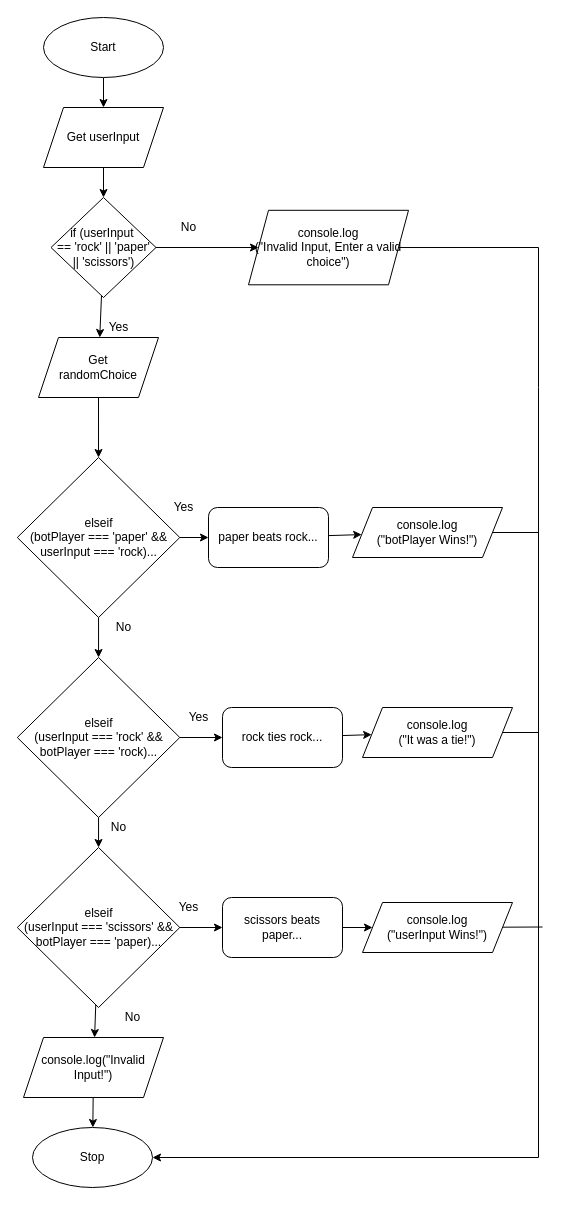
This is Drawio/Flowchart.drawio from JacksonNaufal/ics4u-assignment-2-ERROR--typescript, a draw.io file, before an edit. Source tidied: cells renumbered, new cells numbered last; positions are measured from the earlier drawing's top-left corner, leaving out a move shared by most shapes. Both pictures are drawn from the tidied source at 100%, with x=0, y=0 at pixel (17, 17).
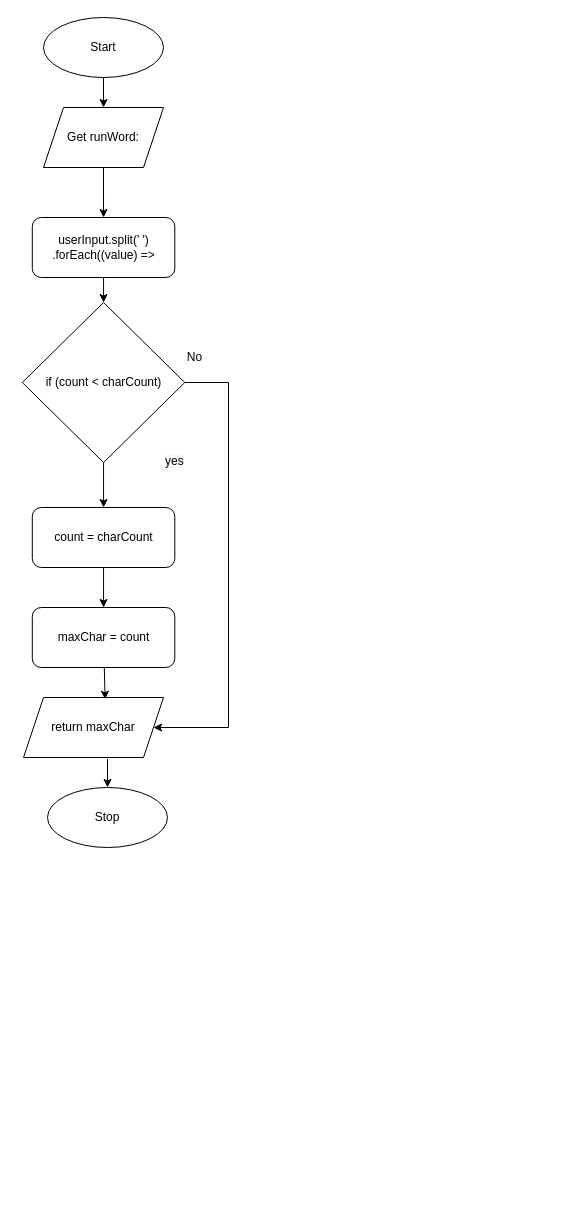
The same diagram, later.

Change to the diagram source:
```diff
@@
     <mxCell id="4" value="Stop" style="ellipse;whiteSpace=wrap;html=1;" parent="1" vertex="1">
-      <mxGeometry x="15" y="1110" width="120" height="60" as="geometry" />
+      <mxGeometry x="30" y="770" width="120" height="60" as="geometry" />
     </mxCell>
-    <mxCell id="5" style="edgeStyle=none;html=1;" parent="1" edge="1" source="6" target="14">
-      <mxGeometry relative="1" as="geometry" />
-    </mxCell>
+    <mxCell id="45" style="edgeStyle=none;html=1;" parent="1" edge="1" source="6" target="44">
+      <mxGeometry relative="1" as="geometry" />
+    </mxCell>
-    <mxCell id="6" value="Get userInput" style="shape=parallelogram;perimeter=parallelogramPerimeter;whiteSpace=wrap;html=1;fixedSize=1;" parent="1" vertex="1">
+    <mxCell id="6" value="Get runWord:" style="shape=parallelogram;perimeter=parallelogramPerimeter;whiteSpace=wrap;html=1;fixedSize=1;" parent="1" vertex="1">
       <mxGeometry x="26" y="90" width="120" height="60" as="geometry" />
     </mxCell>
-    <mxCell id="7" style="edgeStyle=none;rounded=0;html=1;fontSize=10;endArrow=none;endFill=0;" parent="1" edge="1" source="8">
-      <mxGeometry relative="1" as="geometry">
-        <mxPoint x="521" y="515" as="targetPoint" />
-      </mxGeometry>
-    </mxCell>
-    <mxCell id="8" value="console.log&lt;br&gt;(&quot;botPlayer Wins!&quot;)" style="shape=parallelogram;perimeter=parallelogramPerimeter;whiteSpace=wrap;html=1;fixedSize=1;" parent="1" vertex="1">
-      <mxGeometry x="335" y="490" width="150" height="50" as="geometry" />
-    </mxCell>
-    <mxCell id="9" style="edgeStyle=none;html=1;" parent="1" edge="1" source="10" target="4">
+    <mxCell id="9" style="edgeStyle=none;html=1;exitX=0.6;exitY=1.028;exitDx=0;exitDy=0;exitPerimeter=0;" parent="1" edge="1" source="10" target="4">
       <mxGeometry relative="1" as="geometry" />
     </mxCell>
-    <mxCell id="10" value="console.log(&quot;Invalid Input!&quot;)" style="shape=parallelogram;perimeter=parallelogramPerimeter;whiteSpace=wrap;html=1;fixedSize=1;" parent="1" vertex="1">
-      <mxGeometry x="6" y="1020" width="140" height="60" as="geometry" />
+    <mxCell id="10" value="return maxChar" style="shape=parallelogram;perimeter=parallelogramPerimeter;whiteSpace=wrap;html=1;fixedSize=1;" parent="1" vertex="1">
+      <mxGeometry x="6" y="680" width="140" height="60" as="geometry" />
     </mxCell>
-    <mxCell id="11" style="edgeStyle=none;html=1;startArrow=none;" parent="1" edge="1" source="43" target="18">
-      <mxGeometry relative="1" as="geometry" />
-    </mxCell>
-    <mxCell id="12" style="edgeStyle=none;rounded=0;html=1;fontSize=10;" parent="1" edge="1" source="14" target="27">
-      <mxGeometry relative="1" as="geometry" />
-    </mxCell>
-    <mxCell id="13" style="edgeStyle=none;html=1;" parent="1" edge="1" source="14" target="43">
-      <mxGeometry relative="1" as="geometry" />
-    </mxCell>
-    <mxCell id="14" value="if (userInput&amp;nbsp; &lt;br&gt;== 'rock' || 'paper'&lt;br&gt;|| 'scissors')" style="rhombus;whiteSpace=wrap;html=1;" parent="1" vertex="1">
-      <mxGeometry x="33.5" y="180" width="105" height="100" as="geometry" />
-    </mxCell>
-    <mxCell id="15" style="edgeStyle=none;rounded=0;html=1;fontSize=10;endArrow=classic;endFill=1;" parent="1" edge="1" target="33">
-      <mxGeometry relative="1" as="geometry">
-        <mxPoint x="140" y="910" as="sourcePoint" />
-      </mxGeometry>
-    </mxCell>
-    <mxCell id="16" style="edgeStyle=none;rounded=0;html=1;fontSize=10;endArrow=classic;endFill=1;" parent="1" edge="1" source="18" target="29">
-      <mxGeometry relative="1" as="geometry" />
-    </mxCell>
-    <mxCell id="17" style="edgeStyle=none;html=1;" parent="1" edge="1" source="18" target="39">
-      <mxGeometry relative="1" as="geometry" />
-    </mxCell>
-    <mxCell id="18" value="elseif&lt;br&gt;(botPlayer === 'paper' &amp;amp;&amp;amp; userInput === 'rock)..." style="rhombus;whiteSpace=wrap;html=1;" parent="1" vertex="1">
-      <mxGeometry x="-0.2" y="440" width="162.5" height="160" as="geometry" />
-    </mxCell>
-    <mxCell id="19" value="&lt;font style=&quot;font-size: 12px&quot;&gt;Yes&lt;/font&gt;" style="text;html=1;align=center;verticalAlign=middle;strokeColor=none;fillColor=none;fontSize=10;" parent="1" vertex="1">
-      <mxGeometry x="146" y="480" width="40" height="20" as="geometry" />
-    </mxCell>
-    <mxCell id="20" value="&lt;font style=&quot;font-size: 12px&quot;&gt;Yes&lt;/font&gt;" style="text;html=1;align=center;verticalAlign=middle;strokeColor=none;fillColor=none;fontSize=10;" parent="1" vertex="1">
-      <mxGeometry x="151" y="880" width="40" height="20" as="geometry" />
-    </mxCell>
     <mxCell id="21" value="&lt;font style=&quot;font-size: 12px&quot;&gt;No&lt;/font&gt;" style="text;html=1;align=center;verticalAlign=middle;strokeColor=none;fillColor=none;fontSize=10;" parent="1" vertex="1">
-      <mxGeometry x="91" y="600" width="30" height="20" as="geometry" />
+      <mxGeometry x="162.2" y="330" width="30" height="20" as="geometry" />
     </mxCell>
-    <mxCell id="22" value="&lt;font style=&quot;font-size: 12px&quot;&gt;No&lt;/font&gt;" style="text;html=1;align=center;verticalAlign=middle;strokeColor=none;fillColor=none;fontSize=10;" parent="1" vertex="1">
-      <mxGeometry x="86" y="800" width="30" height="20" as="geometry" />
-    </mxCell>
-    <mxCell id="23" value="&lt;font style=&quot;font-size: 12px&quot;&gt;No&lt;/font&gt;" style="text;html=1;align=center;verticalAlign=middle;strokeColor=none;fillColor=none;fontSize=10;" parent="1" vertex="1">
-      <mxGeometry x="100" y="990" width="30" height="20" as="geometry" />
-    </mxCell>
-    <mxCell id="24" style="edgeStyle=none;rounded=0;html=1;fontSize=10;endArrow=none;endFill=0;" parent="1" edge="1" source="25">
-      <mxGeometry relative="1" as="geometry">
-        <mxPoint x="521" y="715" as="targetPoint" />
-      </mxGeometry>
-    </mxCell>
-    <mxCell id="25" value="console.log&lt;br&gt;(&quot;It was a tie!&quot;)" style="shape=parallelogram;perimeter=parallelogramPerimeter;whiteSpace=wrap;html=1;fixedSize=1;" parent="1" vertex="1">
-      <mxGeometry x="345" y="690" width="150" height="50" as="geometry" />
-    </mxCell>
-    <mxCell id="26" style="edgeStyle=none;rounded=0;html=1;entryX=1;entryY=0.5;entryDx=0;entryDy=0;fontSize=10;" parent="1" edge="1" source="27" target="4">
-      <mxGeometry relative="1" as="geometry">
-        <Array as="points">
-          <mxPoint x="521" y="230" />
-          <mxPoint x="521" y="370" />
-          <mxPoint x="521" y="1140" />
-        </Array>
-      </mxGeometry>
-    </mxCell>
-    <mxCell id="27" value="console.log&lt;br&gt;(&quot;Invalid Input, Enter a valid choice&quot;)" style="shape=parallelogram;perimeter=parallelogramPerimeter;whiteSpace=wrap;html=1;fixedSize=1;" parent="1" vertex="1">
-      <mxGeometry x="231" y="192.8" width="160" height="74.5" as="geometry" />
-    </mxCell>
-    <mxCell id="28" style="edgeStyle=none;rounded=0;html=1;fontSize=10;endArrow=classic;endFill=1;" parent="1" edge="1" source="29" target="8">
-      <mxGeometry relative="1" as="geometry" />
-    </mxCell>
-    <mxCell id="29" value="paper beats rock..." style="rounded=1;whiteSpace=wrap;html=1;" parent="1" vertex="1">
-      <mxGeometry x="191" y="490" width="120" height="60" as="geometry" />
-    </mxCell>
-    <mxCell id="30" style="edgeStyle=none;rounded=0;html=1;fontSize=10;endArrow=classic;endFill=1;" parent="1" edge="1" source="31" target="25">
-      <mxGeometry relative="1" as="geometry" />
-    </mxCell>
-    <mxCell id="31" value="rock ties rock..." style="rounded=1;whiteSpace=wrap;html=1;" parent="1" vertex="1">
-      <mxGeometry x="205" y="690" width="120" height="60" as="geometry" />
-    </mxCell>
-    <mxCell id="32" style="edgeStyle=none;rounded=0;html=1;fontSize=10;endArrow=classic;endFill=1;" parent="1" edge="1" source="33" target="35">
-      <mxGeometry relative="1" as="geometry" />
-    </mxCell>
-    <mxCell id="33" value="scissors beats paper..." style="rounded=1;whiteSpace=wrap;html=1;" parent="1" vertex="1">
-      <mxGeometry x="205" y="880" width="120" height="60" as="geometry" />
-    </mxCell>
-    <mxCell id="34" style="edgeStyle=none;rounded=0;html=1;fontSize=10;endArrow=none;endFill=0;" parent="1" edge="1" source="35">
-      <mxGeometry relative="1" as="geometry">
-        <mxPoint x="525" y="909.5" as="targetPoint" />
-      </mxGeometry>
-    </mxCell>
-    <mxCell id="35" value="console.log&lt;br&gt;(&quot;userInput Wins!&quot;)" style="shape=parallelogram;perimeter=parallelogramPerimeter;whiteSpace=wrap;html=1;fixedSize=1;" parent="1" vertex="1">
-      <mxGeometry x="345" y="885" width="150" height="50" as="geometry" />
-    </mxCell>
-    <mxCell id="36" value="&lt;span style=&quot;font-size: 12px&quot;&gt;No&lt;/span&gt;" style="text;html=1;align=center;verticalAlign=middle;strokeColor=none;fillColor=none;fontSize=10;" parent="1" vertex="1">
-      <mxGeometry x="156" y="200" width="30" height="20" as="geometry" />
-    </mxCell>
-    <mxCell id="37" style="edgeStyle=none;html=1;" parent="1" edge="1" source="39" target="41">
-      <mxGeometry relative="1" as="geometry" />
-    </mxCell>
-    <mxCell id="38" style="edgeStyle=none;html=1;entryX=0;entryY=0.5;entryDx=0;entryDy=0;" parent="1" edge="1" source="39" target="31">
-      <mxGeometry relative="1" as="geometry" />
-    </mxCell>
-    <mxCell id="39" value="elseif&lt;br&gt;(userInput === 'rock' &amp;amp;&amp;amp; botPlayer === 'rock)..." style="rhombus;whiteSpace=wrap;html=1;" parent="1" vertex="1">
-      <mxGeometry x="-0.2" y="640" width="162.5" height="160" as="geometry" />
-    </mxCell>
-    <mxCell id="40" style="edgeStyle=none;html=1;" parent="1" edge="1" source="41" target="10">
-      <mxGeometry relative="1" as="geometry" />
-    </mxCell>
-    <mxCell id="41" value="elseif&lt;br&gt;(userInput === 'scissors' &amp;amp;&amp;amp; botPlayer === 'paper)..." style="rhombus;whiteSpace=wrap;html=1;" parent="1" vertex="1">
-      <mxGeometry x="-0.2" y="830" width="162.5" height="160" as="geometry" />
-    </mxCell>
-    <mxCell id="42" value="&lt;font style=&quot;font-size: 12px&quot;&gt;Yes&lt;/font&gt;" style="text;html=1;align=center;verticalAlign=middle;strokeColor=none;fillColor=none;fontSize=10;" parent="1" vertex="1">
-      <mxGeometry x="161" y="690" width="40" height="20" as="geometry" />
-    </mxCell>
-    <mxCell id="43" value="Get &lt;br&gt;randomChoice" style="shape=parallelogram;perimeter=parallelogramPerimeter;whiteSpace=wrap;html=1;fixedSize=1;" parent="1" vertex="1">
-      <mxGeometry x="21" y="320" width="120" height="60" as="geometry" />
-    </mxCell>
+    <mxCell id="46" style="edgeStyle=none;html=1;" parent="1" edge="1" source="44" target="49">
+      <mxGeometry relative="1" as="geometry" />
+    </mxCell>
-    <mxCell id="44" value="&lt;font style=&quot;font-size: 12px&quot;&gt;Yes&lt;/font&gt;" style="text;html=1;align=center;verticalAlign=middle;points=[];strokeColor=none;fillColor=none;fontSize=10;" parent="1" vertex="1">
-      <mxGeometry x="81" y="300" width="40" height="20" as="geometry" />
+    <mxCell id="44" value="userInput.split(' ')&lt;br&gt;.forEach((value) =&amp;gt;" style="rounded=1;whiteSpace=wrap;html=1;" parent="1" vertex="1">
+      <mxGeometry x="14.8" y="200" width="142.5" height="60" as="geometry" />
     </mxCell>
+    <mxCell id="47" style="edgeStyle=none;html=1;entryX=1;entryY=0.5;entryDx=0;entryDy=0;rounded=0;" parent="1" edge="1" source="49" target="10">
+      <mxGeometry relative="1" as="geometry">
+        <Array as="points">
+          <mxPoint x="211" y="365" />
+          <mxPoint x="211" y="710" />
+        </Array>
+      </mxGeometry>
+    </mxCell>
+    <mxCell id="48" style="edgeStyle=none;rounded=0;html=1;" parent="1" edge="1" source="49" target="52">
+      <mxGeometry relative="1" as="geometry" />
+    </mxCell>
+    <mxCell id="49" value="if (count &amp;lt; charCount)" style="rhombus;whiteSpace=wrap;html=1;" parent="1" vertex="1">
+      <mxGeometry x="4.8" y="285" width="162.5" height="160" as="geometry" />
+    </mxCell>
+    <mxCell id="50" value="&lt;span style=&quot;color: rgb(0 , 0 , 0) ; font-family: &amp;#34;helvetica&amp;#34; ; font-size: 12px ; font-style: normal ; font-weight: 400 ; letter-spacing: normal ; text-align: center ; text-indent: 0px ; text-transform: none ; word-spacing: 0px ; background-color: rgb(248 , 249 , 250) ; display: inline ; float: none&quot;&gt;yes&lt;/span&gt;" style="text;whiteSpace=wrap;html=1;" parent="1" vertex="1">
+      <mxGeometry x="146" y="430" width="40" height="30" as="geometry" />
+    </mxCell>
+    <mxCell id="51" style="edgeStyle=none;rounded=0;html=1;" parent="1" edge="1" source="52" target="54">
+      <mxGeometry relative="1" as="geometry" />
+    </mxCell>
+    <mxCell id="52" value="count = charCount" style="rounded=1;whiteSpace=wrap;html=1;" parent="1" vertex="1">
+      <mxGeometry x="14.8" y="490" width="142.5" height="60" as="geometry" />
+    </mxCell>
+    <mxCell id="53" style="edgeStyle=none;rounded=0;html=1;entryX=0.583;entryY=0.029;entryDx=0;entryDy=0;entryPerimeter=0;" parent="1" edge="1" source="54" target="10">
+      <mxGeometry relative="1" as="geometry" />
+    </mxCell>
+    <mxCell id="54" value="maxChar = count" style="rounded=1;whiteSpace=wrap;html=1;" parent="1" vertex="1">
+      <mxGeometry x="14.8" y="590" width="142.5" height="60" as="geometry" />
+    </mxCell>
```
